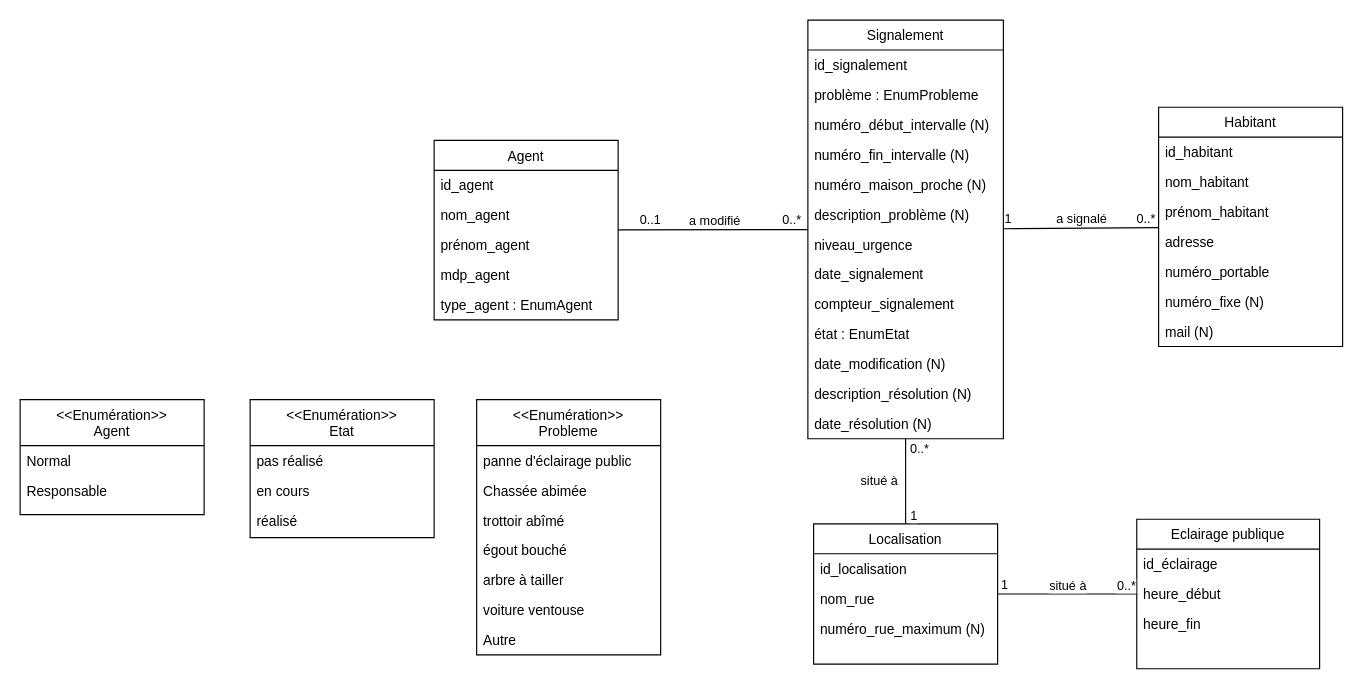
Above: projet_v4.drawio in Igniiis/CSI_Projet (draw.io), before the change. Source tidied: cells renumbered, new cells numbered last; positions are measured from the earlier drawing's top-left corner, leaving out a move shared by most shapes. Both pictures are drawn from the tidied source at 115%, with x=0, y=0 at pixel (20, 20).
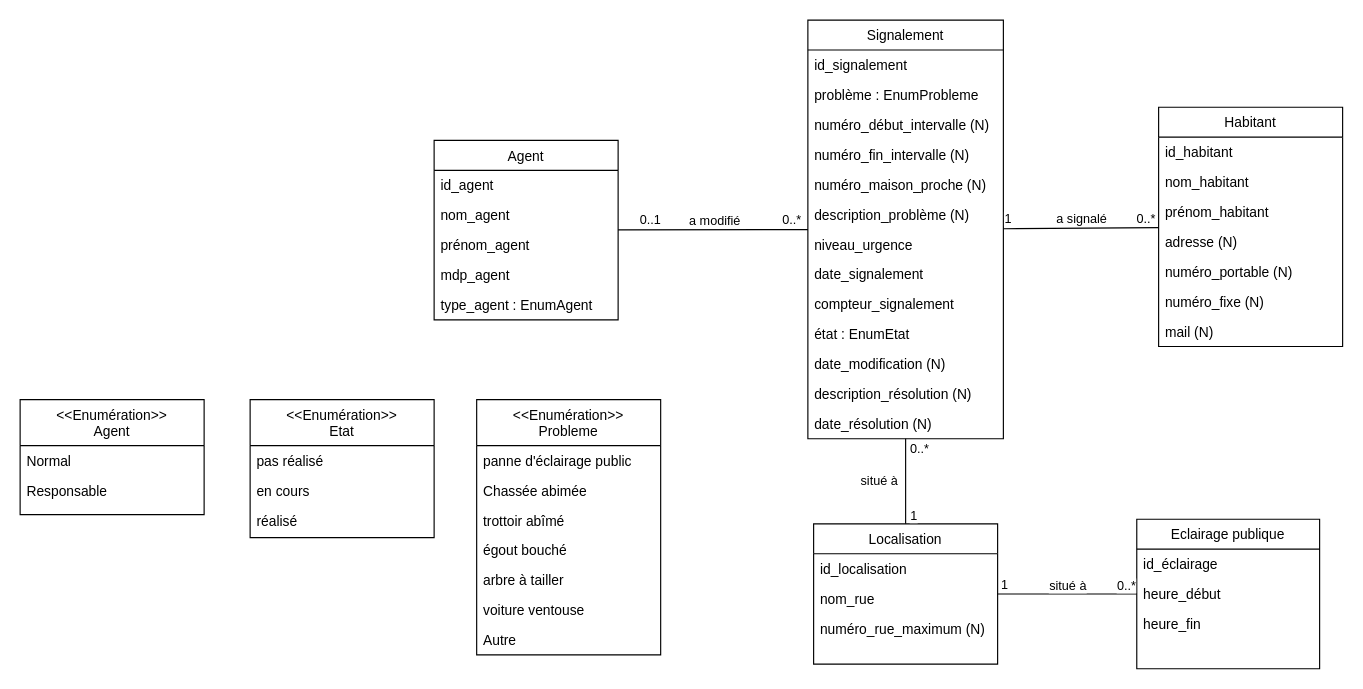
The same page after the edit.

Commit message:
Mettre à jour projet_v4.drawio

The change refers to these unchanged cells:
```xml
<mxCell id="16" value="Habitant" style="swimlane;fontStyle=0;align=center;verticalAlign=top;horizontal=1;startSize=26;rounded=0;shadow=0;strokeWidth=1;" parent="1" vertex="1">
  <mxGeometry x="990" y="75.8" width="160" height="208" as="geometry" />
</mxCell>
```

Diff of the diagram source:
```diff
@@
-    <mxCell id="20" value="adresse" style="text;align=left;verticalAlign=top;spacingLeft=4;spacingRight=4;overflow=hidden;" parent="16" vertex="1">
+    <mxCell id="20" value="adresse (N)" style="text;align=left;verticalAlign=top;spacingLeft=4;spacingRight=4;overflow=hidden;" parent="16" vertex="1">
       <mxGeometry y="104" width="160" height="26" as="geometry" />
     </mxCell>
-    <mxCell id="21" value="numéro_portable" style="text;align=left;verticalAlign=top;spacingLeft=4;spacingRight=4;overflow=hidden;" parent="16" vertex="1">
+    <mxCell id="21" value="numéro_portable (N)" style="text;align=left;verticalAlign=top;spacingLeft=4;spacingRight=4;overflow=hidden;" parent="16" vertex="1">
       <mxGeometry y="130" width="160" height="26" as="geometry" />
     </mxCell>
```
